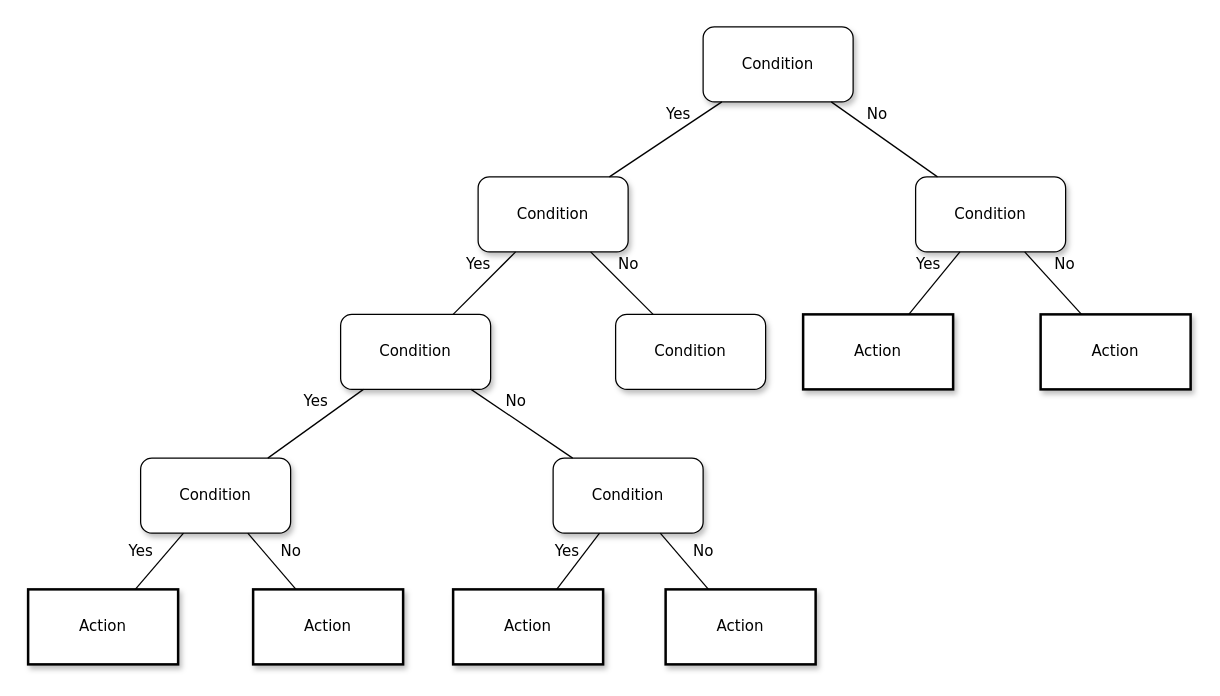
Earlier version of the draw.io diagram public/未命名绘图.drawio (huchaomin/note). Source tidied: cells renumbered, new cells numbered last; positions are measured from the earlier drawing's top-left corner, leaving out a move shared by most shapes. Both pictures are drawn from the tidied source at 125%, with x=0, y=0 at pixel (28, 26).
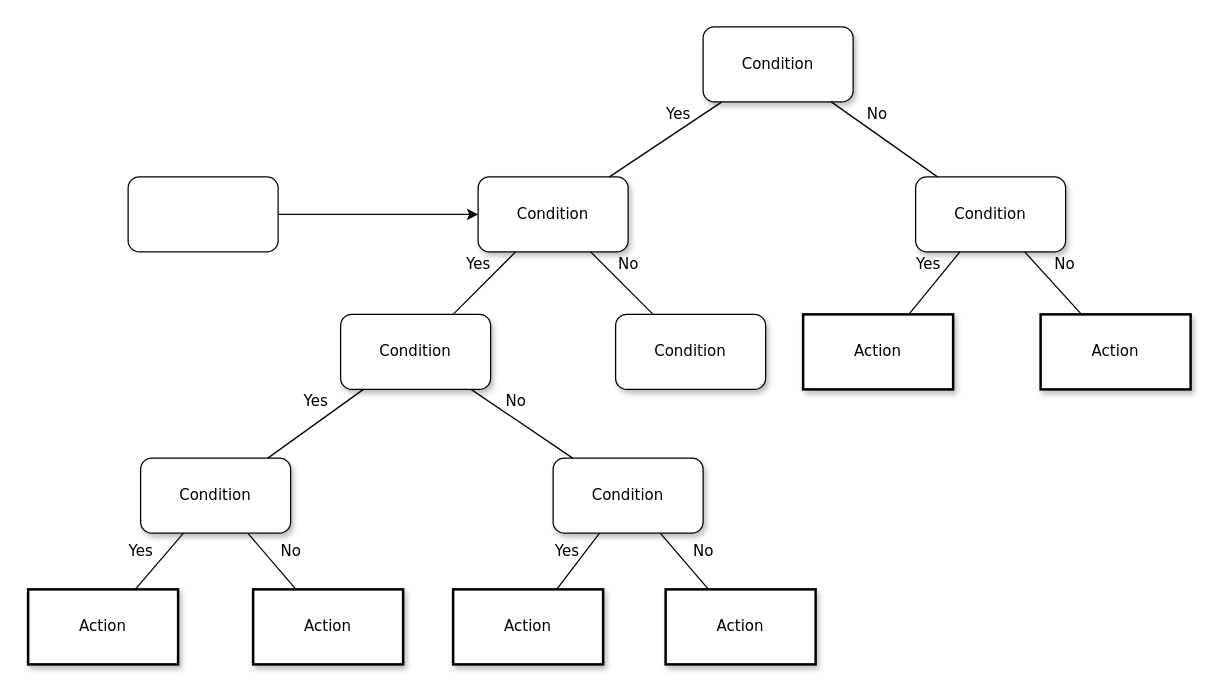
The same diagram, later.

Commit message:
更新未命名绘图.xml

Unchanged cells that the change refers to:
```xml
<mxCell id="3" value="&lt;span&gt;Condition&lt;/span&gt;" style="whiteSpace=wrap;html=1;rounded=1;shadow=1;labelBackgroundColor=none;strokeWidth=1;fontFamily=Verdana;fontSize=12;align=center;" parent="1" vertex="1">
  <mxGeometry x="360" y="120" width="120" height="60" as="geometry" />
</mxCell>
```

The edit, as a diff of the source:
```diff
@@
+    <mxCell id="27" style="edgeStyle=orthogonalEdgeStyle;rounded=0;jettySize=auto;html=1;" parent="1" edge="1" source="28" target="3">
+      <mxGeometry relative="1" as="geometry" />
+    </mxCell>
+    <mxCell id="28" style="rounded=1;whiteSpace=wrap;html=1;" parent="1" vertex="1">
+      <mxGeometry x="80" y="120" width="120" height="60" as="geometry" />
+    </mxCell>
```
